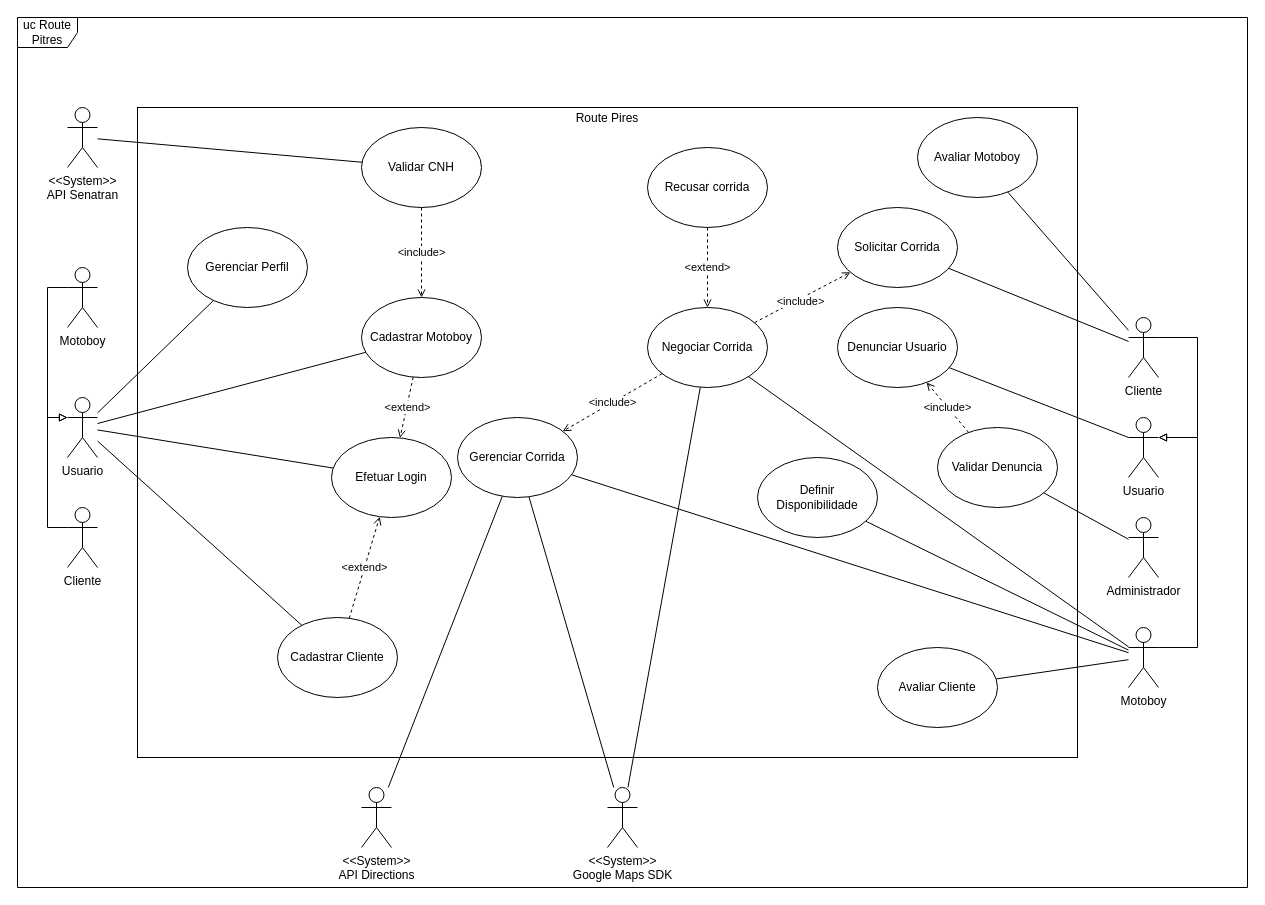
josevictoraraujorojas/Route-Pires keeps this draw.io diagram as Diagrama_Caso_De_Uso_Route-Pires.drawio. Above is the earlier version. Source tidied: cells renumbered, new cells numbered last; positions are measured from the earlier drawing's top-left corner, leaving out a move shared by most shapes. Both pictures are drawn from the tidied source at 100%, with x=0, y=0 at pixel (17, 17).
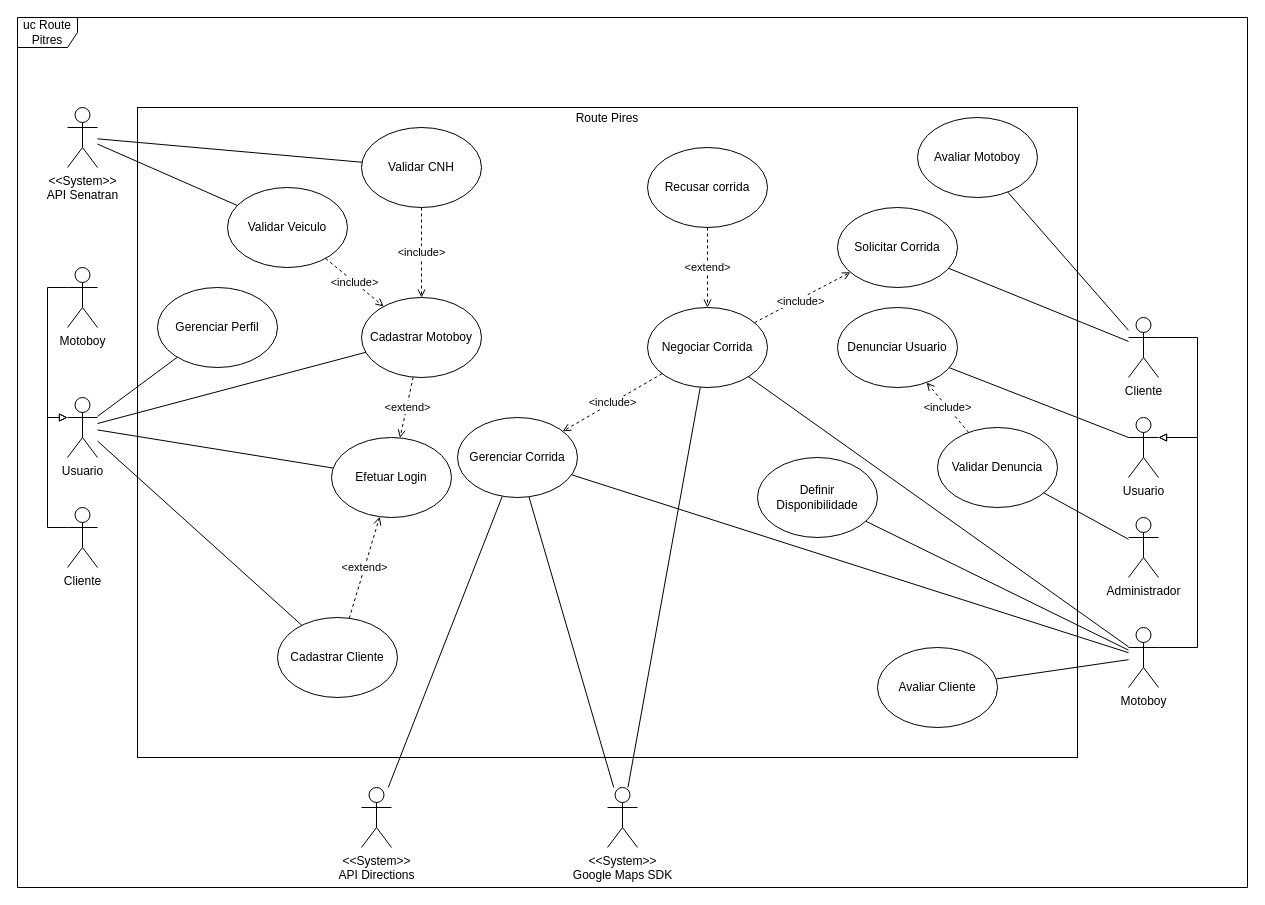
After the change.

Unchanged cells that the change refers to:
```xml
<mxCell id="9" value="&amp;lt;&amp;lt;System&amp;gt;&amp;gt;&lt;div&gt;API Senatran&lt;/div&gt;" style="shape=umlActor;verticalLabelPosition=bottom;verticalAlign=top;html=1;" parent="1" vertex="1">
  <mxGeometry x="50" y="90" width="30" height="60" as="geometry" />
</mxCell>
<mxCell id="12" value="Cadastrar Motoboy" style="ellipse;whiteSpace=wrap;html=1;" parent="1" vertex="1">
  <mxGeometry x="344" y="280" width="120" height="80" as="geometry" />
</mxCell>
```

The edit, as a diff of the source:
```diff
@@
+    <mxCell id="58" style="rounded=0;jettySize=auto;html=1;endArrow=none;startFill=0;" parent="1" edge="1" source="9" target="59">
+      <mxGeometry relative="1" as="geometry" />
+    </mxCell>
@@
     <mxCell id="57" value="Gerenciar Perfil" style="ellipse;whiteSpace=wrap;html=1;" parent="1" vertex="1">
-      <mxGeometry x="170" y="210" width="120" height="80" as="geometry" />
+      <mxGeometry x="140" y="270" width="120" height="80" as="geometry" />
     </mxCell>
+    <mxCell id="59" value="Validar Veiculo" style="ellipse;whiteSpace=wrap;html=1;" parent="1" vertex="1">
+      <mxGeometry x="210" y="170" width="120" height="80" as="geometry" />
+    </mxCell>
+    <mxCell id="60" value="&amp;lt;include&amp;gt;" style="rounded=0;jettySize=auto;html=1;dashed=1;endArrow=open;endFill=0;" parent="1" edge="1" source="59" target="12">
+      <mxGeometry relative="1" as="geometry" />
+    </mxCell>
```
